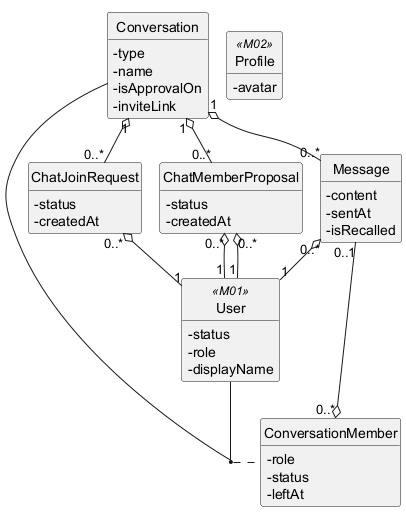
Above: .agents/.claude/system_analysis/output/data-model/ec/diagrams/EC-M16.png in ducsiukap/iShare (PlantUML), before the change.
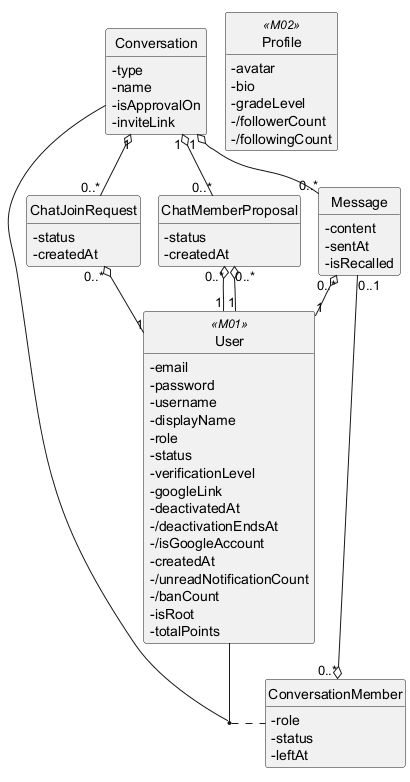
Later version of the same file.

Diff of the diagram source:
```diff
@@ -29,12 +29,29 @@
   -createdAt
 }
 class User <<M01>> {
+  -email
+  -password
+  -username
+  -displayName
+  -role
   -status
-  -role
-  -displayName
+  -verificationLevel
+  -googleLink
+  -deactivatedAt
+  -/deactivationEndsAt
+  -/isGoogleAccount
+  -createdAt
+  -/unreadNotificationCount
+  -/banCount
+  -isRoot
+  -totalPoints
 }
 class Profile <<M02>> {
   -avatar
+  -bio
+  -gradeLevel
+  -/followerCount
+  -/followingCount
 }
 
 (User, Conversation) .. ConversationMember
```
